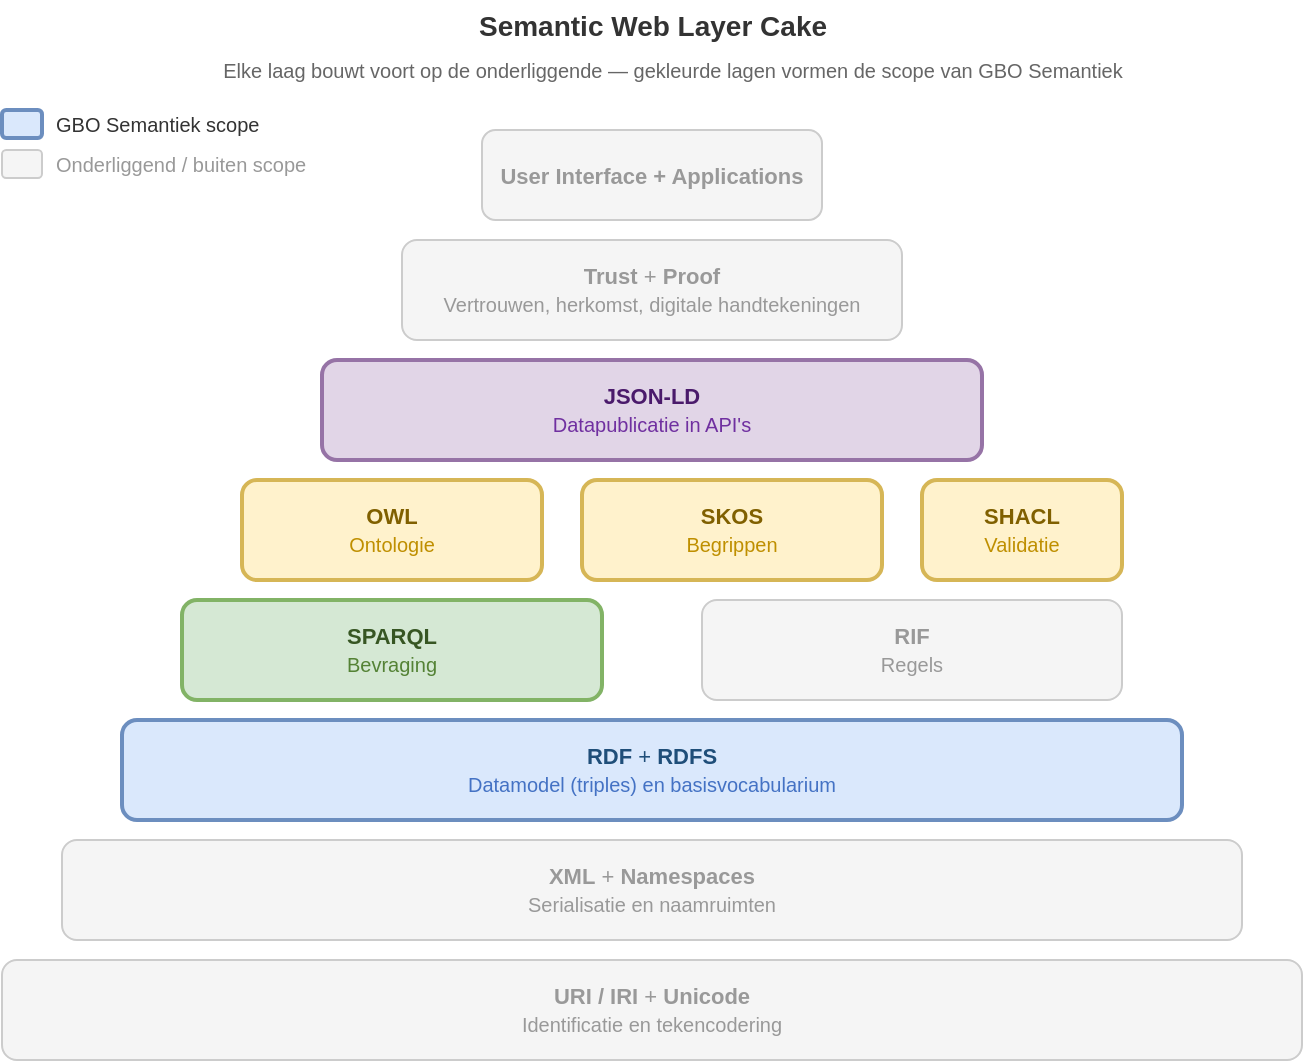
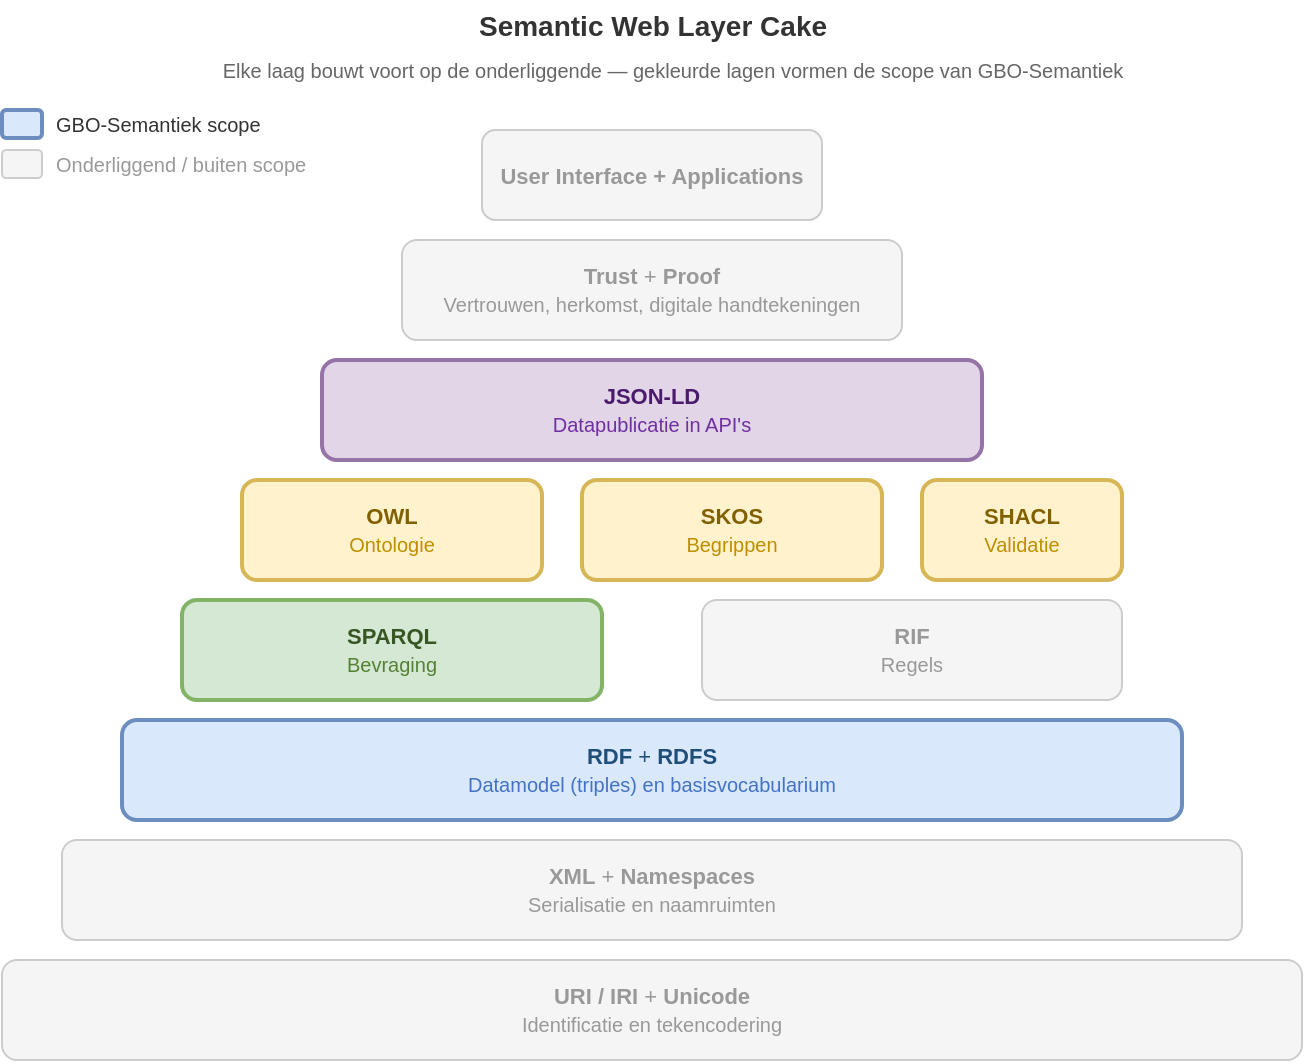
<mxfile host="app.diagrams.net" modified="2024-01-01T00:00:00.000Z" agent="Claude" version="21.0.0">
  <diagram name="Semantic Web Layer Cake" id="layer-cake">
    <mxGraphModel dx="820" dy="620" grid="1" gridSize="10" guides="1" tooltips="1" connect="1" arrows="1" fold="1" page="1" pageScale="1" pageWidth="820" pageHeight="580" math="0" shadow="0">
      <root>
        <mxCell id="0" />
        <mxCell id="1" parent="0" />
        <!-- Title -->
        <mxCell id="title" value="&lt;b&gt;Semantic Web Layer Cake&lt;/b&gt;" style="text;html=1;align=center;verticalAlign=middle;resizable=0;points=[];autosize=1;strokeColor=none;fillColor=none;fontSize=14;fontColor=#333333;" vertex="1" parent="1">
          <mxGeometry x="280" y="10" width="210" height="25" as="geometry" />
        </mxCell>
-         <mxCell id="subtitle" value="&lt;font style=&quot;font-size:10px;color:#666&quot;&gt;Elke laag bouwt voort op de onderliggende — gekleurde lagen vormen de scope van GBO Semantiek&lt;/font&gt;" style="text;html=1;align=center;verticalAlign=middle;resizable=0;points=[];autosize=1;strokeColor=none;fillColor=none;" vertex="1" parent="1">
+         <mxCell id="subtitle" value="&lt;font style=&quot;font-size:10px;color:#666&quot;&gt;Elke laag bouwt voort op de onderliggende — gekleurde lagen vormen de scope van GBO-Semantiek&lt;/font&gt;" style="text;html=1;align=center;verticalAlign=middle;resizable=0;points=[];autosize=1;strokeColor=none;fillColor=none;" vertex="1" parent="1">
          <mxGeometry x="140" y="35" width="510" height="20" as="geometry" />
        </mxCell>

        <!-- Layer 1: URI / IRI + Unicode — grijs (fundament, niet GBO-specifiek) -->
        <mxCell id="l1" value="&lt;b&gt;URI / IRI&lt;/b&gt;  +  &lt;b&gt;Unicode&lt;/b&gt;&lt;br&gt;&lt;font style=&quot;font-size:10px;color:#999&quot;&gt;Identificatie en tekencodering&lt;/font&gt;" style="rounded=1;whiteSpace=wrap;html=1;fillColor=#f5f5f5;strokeColor=#cccccc;strokeWidth=1;verticalAlign=middle;fontSize=11;fontColor=#999999;" vertex="1" parent="1">
          <mxGeometry x="60" y="490" width="650" height="50" as="geometry" />
        </mxCell>

        <!-- Layer 2: XML + Namespaces — grijs -->
        <mxCell id="l2" value="&lt;b&gt;XML&lt;/b&gt;  +  &lt;b&gt;Namespaces&lt;/b&gt;&lt;br&gt;&lt;font style=&quot;font-size:10px;color:#999&quot;&gt;Serialisatie en naamruimten&lt;/font&gt;" style="rounded=1;whiteSpace=wrap;html=1;fillColor=#f5f5f5;strokeColor=#cccccc;strokeWidth=1;verticalAlign=middle;fontSize=11;fontColor=#999999;" vertex="1" parent="1">
          <mxGeometry x="90" y="430" width="590" height="50" as="geometry" />
        </mxCell>

        <!-- Layer 3: RDF + RDFS — GBO kleur (blauw) -->
        <mxCell id="l3" value="&lt;b&gt;RDF&lt;/b&gt;  +  &lt;b&gt;RDFS&lt;/b&gt;&lt;br&gt;&lt;font style=&quot;font-size:10px;color:#4472C4&quot;&gt;Datamodel (triples) en basisvocabularium&lt;/font&gt;" style="rounded=1;whiteSpace=wrap;html=1;fillColor=#dae8fc;strokeColor=#6c8ebf;strokeWidth=2;verticalAlign=middle;fontSize=11;fontColor=#1F4E79;" vertex="1" parent="1">
          <mxGeometry x="120" y="370" width="530" height="50" as="geometry" />
        </mxCell>

        <!-- Layer 4: SPARQL — GBO kleur (groen) -->
        <mxCell id="l4a" value="&lt;b&gt;SPARQL&lt;/b&gt;&lt;br&gt;&lt;font style=&quot;font-size:10px;color:#548235&quot;&gt;Bevraging&lt;/font&gt;" style="rounded=1;whiteSpace=wrap;html=1;fillColor=#d5e8d4;strokeColor=#82b366;strokeWidth=2;verticalAlign=middle;fontSize=11;fontColor=#375623;" vertex="1" parent="1">
          <mxGeometry x="150" y="310" width="210" height="50" as="geometry" />
        </mxCell>
        <!-- RIF — grijs (niet GBO-specifiek) -->
        <mxCell id="l4b" value="&lt;b&gt;RIF&lt;/b&gt;&lt;br&gt;&lt;font style=&quot;font-size:10px;color:#999&quot;&gt;Regels&lt;/font&gt;" style="rounded=1;whiteSpace=wrap;html=1;fillColor=#f5f5f5;strokeColor=#cccccc;strokeWidth=1;verticalAlign=middle;fontSize=11;fontColor=#999999;" vertex="1" parent="1">
          <mxGeometry x="410" y="310" width="210" height="50" as="geometry" />
        </mxCell>

        <!-- Layer 5: OWL + SKOS + SHACL — GBO kleur (geel/oranje) -->
        <mxCell id="l5a" value="&lt;b&gt;OWL&lt;/b&gt;&lt;br&gt;&lt;font style=&quot;font-size:10px;color:#BF8F00&quot;&gt;Ontologie&lt;/font&gt;" style="rounded=1;whiteSpace=wrap;html=1;fillColor=#fff2cc;strokeColor=#d6b656;strokeWidth=2;verticalAlign=middle;fontSize=11;fontColor=#806000;" vertex="1" parent="1">
          <mxGeometry x="180" y="250" width="150" height="50" as="geometry" />
        </mxCell>
        <mxCell id="l5b" value="&lt;b&gt;SKOS&lt;/b&gt;&lt;br&gt;&lt;font style=&quot;font-size:10px;color:#BF8F00&quot;&gt;Begrippen&lt;/font&gt;" style="rounded=1;whiteSpace=wrap;html=1;fillColor=#fff2cc;strokeColor=#d6b656;strokeWidth=2;verticalAlign=middle;fontSize=11;fontColor=#806000;" vertex="1" parent="1">
          <mxGeometry x="350" y="250" width="150" height="50" as="geometry" />
        </mxCell>
        <mxCell id="l5c" value="&lt;b&gt;SHACL&lt;/b&gt;&lt;br&gt;&lt;font style=&quot;font-size:10px;color:#BF8F00&quot;&gt;Validatie&lt;/font&gt;" style="rounded=1;whiteSpace=wrap;html=1;fillColor=#fff2cc;strokeColor=#d6b656;strokeWidth=2;verticalAlign=middle;fontSize=11;fontColor=#806000;" vertex="1" parent="1">
          <mxGeometry x="520" y="250" width="100" height="50" as="geometry" />
        </mxCell>

        <!-- Layer 6: JSON-LD — GBO kleur (paars) -->
        <mxCell id="l6" value="&lt;b&gt;JSON-LD&lt;/b&gt;&lt;br&gt;&lt;font style=&quot;font-size:10px;color:#7030A0&quot;&gt;Datapublicatie in API's&lt;/font&gt;" style="rounded=1;whiteSpace=wrap;html=1;fillColor=#e1d5e7;strokeColor=#9673a6;strokeWidth=2;verticalAlign=middle;fontSize=11;fontColor=#4A1A6B;" vertex="1" parent="1">
          <mxGeometry x="220" y="190" width="330" height="50" as="geometry" />
        </mxCell>

        <!-- Layer 7: Trust / Proof — grijs -->
        <mxCell id="l7" value="&lt;b&gt;Trust&lt;/b&gt;  +  &lt;b&gt;Proof&lt;/b&gt;&lt;br&gt;&lt;font style=&quot;font-size:10px;color:#999&quot;&gt;Vertrouwen, herkomst, digitale handtekeningen&lt;/font&gt;" style="rounded=1;whiteSpace=wrap;html=1;fillColor=#f5f5f5;strokeColor=#cccccc;strokeWidth=1;verticalAlign=middle;fontSize=11;fontColor=#999999;" vertex="1" parent="1">
          <mxGeometry x="260" y="130" width="250" height="50" as="geometry" />
        </mxCell>

        <!-- Layer 8: User Interface + Applications — grijs -->
        <mxCell id="l8" value="&lt;b&gt;User Interface  +  Applications&lt;/b&gt;" style="rounded=1;whiteSpace=wrap;html=1;fillColor=#f5f5f5;strokeColor=#cccccc;strokeWidth=1;verticalAlign=middle;fontSize=11;fontColor=#999999;" vertex="1" parent="1">
          <mxGeometry x="300" y="75" width="170" height="45" as="geometry" />
        </mxCell>

        <!-- Legend -->
        <mxCell id="leg_gbo" value="" style="rounded=1;whiteSpace=wrap;html=1;fillColor=#dae8fc;strokeColor=#6c8ebf;strokeWidth=2;" vertex="1" parent="1">
          <mxGeometry x="60" y="65" width="20" height="14" as="geometry" />
        </mxCell>
-         <mxCell id="leg_gbo_t" value="&lt;font style=&quot;font-size:10px&quot;&gt;GBO Semantiek scope&lt;/font&gt;" style="text;html=1;align=left;verticalAlign=middle;resizable=0;points=[];autosize=1;strokeColor=none;fillColor=none;fontColor=#333333;" vertex="1" parent="1">
+         <mxCell id="leg_gbo_t" value="&lt;font style=&quot;font-size:10px&quot;&gt;GBO-Semantiek scope&lt;/font&gt;" style="text;html=1;align=left;verticalAlign=middle;resizable=0;points=[];autosize=1;strokeColor=none;fillColor=none;fontColor=#333333;" vertex="1" parent="1">
          <mxGeometry x="85" y="58" width="130" height="27" as="geometry" />
        </mxCell>
        <mxCell id="leg_other" value="" style="rounded=1;whiteSpace=wrap;html=1;fillColor=#f5f5f5;strokeColor=#cccccc;strokeWidth=1;" vertex="1" parent="1">
          <mxGeometry x="60" y="85" width="20" height="14" as="geometry" />
        </mxCell>
        <mxCell id="leg_other_t" value="&lt;font style=&quot;font-size:10px&quot;&gt;Onderliggend / buiten scope&lt;/font&gt;" style="text;html=1;align=left;verticalAlign=middle;resizable=0;points=[];autosize=1;strokeColor=none;fillColor=none;fontColor=#999999;" vertex="1" parent="1">
          <mxGeometry x="85" y="78" width="160" height="27" as="geometry" />
        </mxCell>

      </root>
    </mxGraphModel>
  </diagram>
</mxfile>
